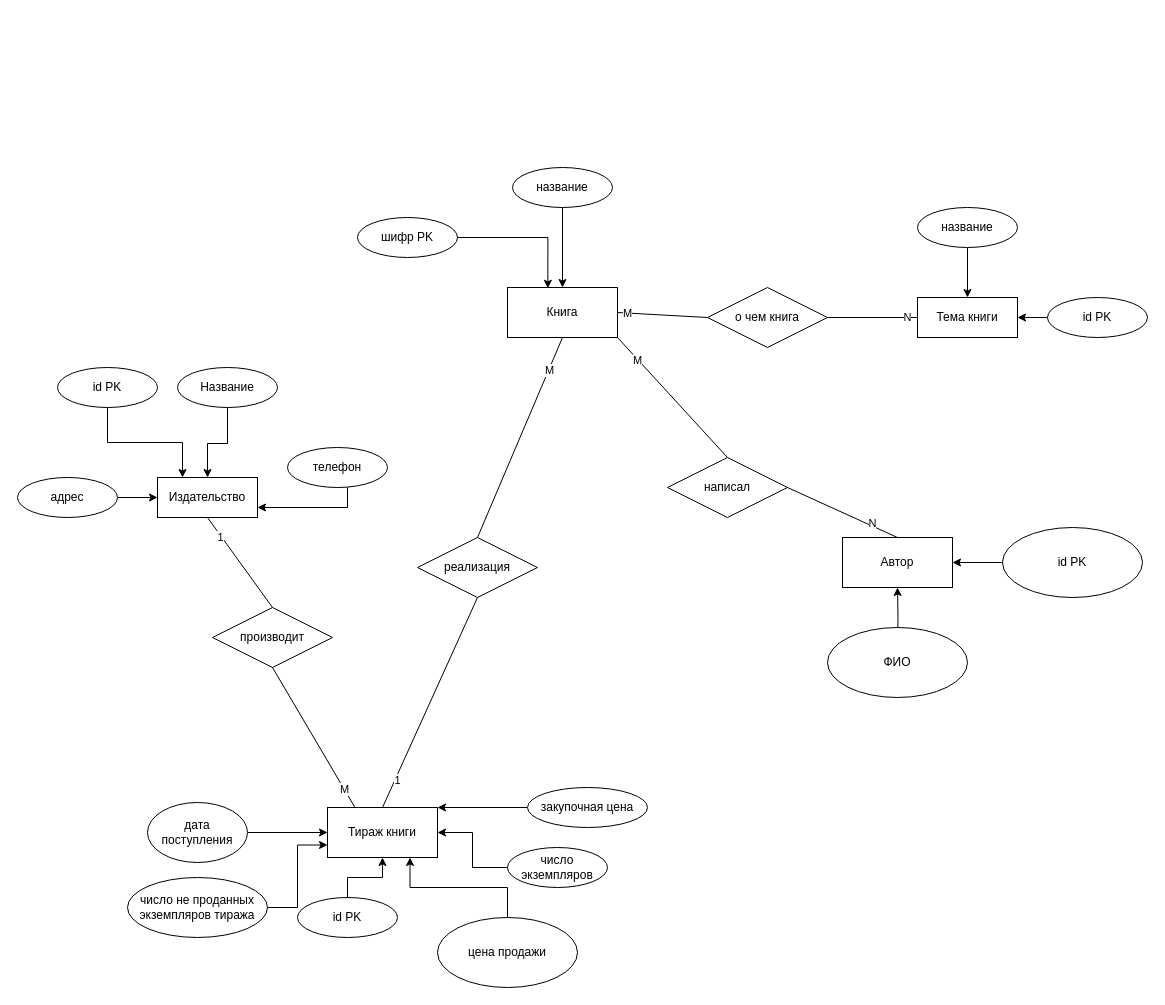
202rna/sql_labs2025 keeps this draw.io diagram as sources/er_diagram.drawio. Above is the earlier version. Source tidied: cells renumbered, new cells numbered last; positions are measured from the earlier drawing's top-left corner, leaving out a move shared by most shapes. Both pictures are drawn from the tidied source at 100%, with x=0, y=0 at pixel (17, 167).
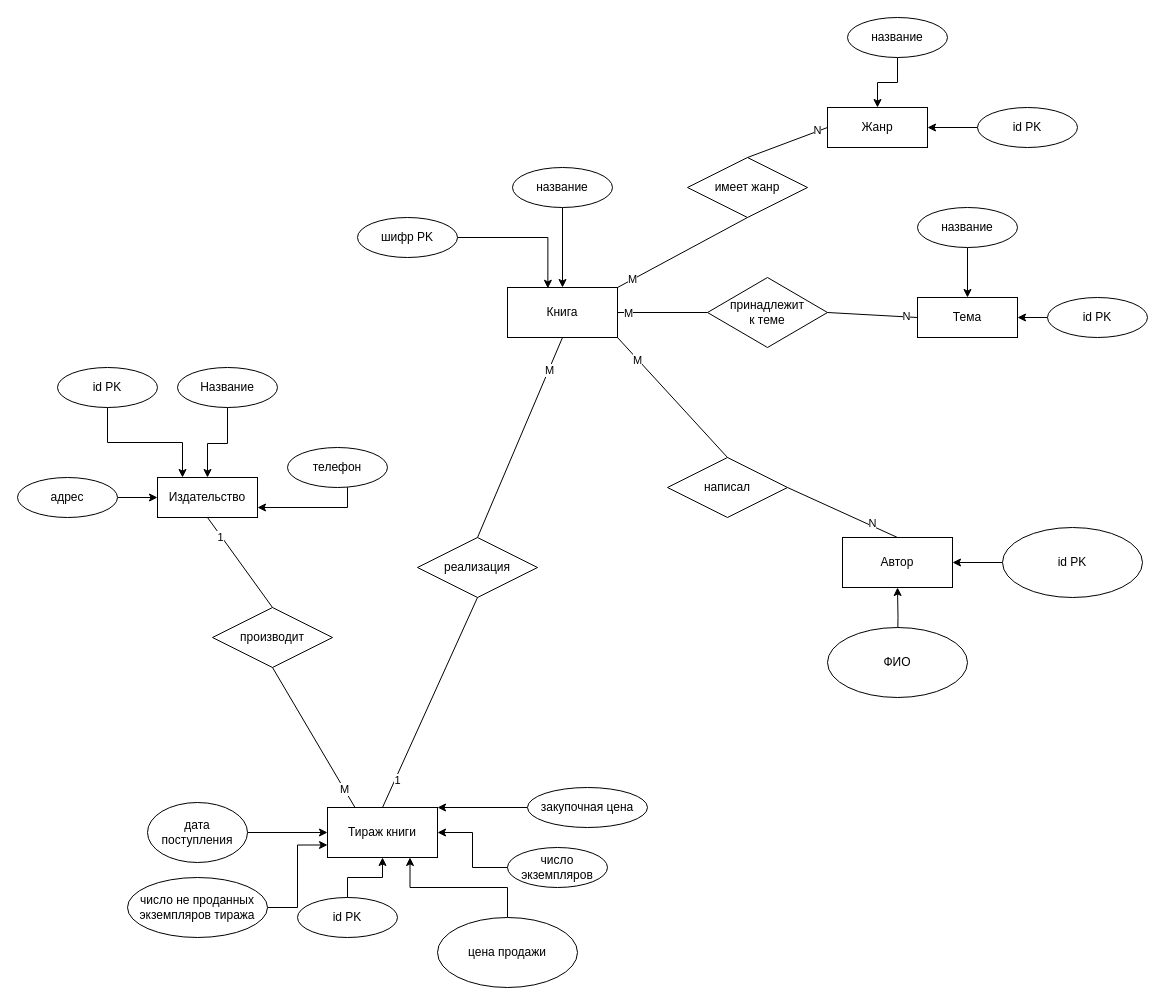
The same diagram, later.

The change refers to these unchanged cells:
```xml
<mxCell id="2" value="Книга" style="html=1;whiteSpace=wrap;" parent="1" vertex="1">
  <mxGeometry x="490" y="120" width="110" height="50" as="geometry" />
</mxCell>
```

Diff of the diagram source:
```diff
@@
-    <mxCell id="21" value="Тема книги" style="whiteSpace=wrap;html=1;align=center;" parent="1" vertex="1">
+    <mxCell id="21" value="Тема" style="whiteSpace=wrap;html=1;align=center;" parent="1" vertex="1">
       <mxGeometry x="900" y="130" width="100" height="40" as="geometry" />
     </mxCell>
-    <mxCell id="22" value="о чем книга" style="shape=rhombus;perimeter=rhombusPerimeter;whiteSpace=wrap;html=1;align=center;" parent="1" vertex="1">
-      <mxGeometry x="690" y="120" width="120" height="60" as="geometry" />
+    <mxCell id="22" value="принадлежит&lt;div&gt;к теме&lt;/div&gt;" style="shape=rhombus;perimeter=rhombusPerimeter;whiteSpace=wrap;html=1;align=center;" parent="1" vertex="1">
+      <mxGeometry x="690" y="110" width="120" height="70" as="geometry" />
     </mxCell>
@@
+    <mxCell id="59" value="Жанр" style="whiteSpace=wrap;html=1;align=center;" parent="1" vertex="1">
+      <mxGeometry x="810" y="-60" width="100" height="40" as="geometry" />
+    </mxCell>
+    <mxCell id="60" value="имеет жанр" style="shape=rhombus;perimeter=rhombusPerimeter;whiteSpace=wrap;html=1;align=center;direction=north;" parent="1" vertex="1">
+      <mxGeometry x="670" y="-10" width="120" height="60" as="geometry" />
+    </mxCell>
+    <mxCell id="61" style="endArrow=none;html=1;rounded=0;exitX=1;exitY=0.5;exitDx=0;exitDy=0;entryX=0;entryY=0.5;entryDx=0;entryDy=0;" parent="1" edge="1" source="60" target="59">
+      <mxGeometry relative="1" as="geometry" />
+    </mxCell>
+    <mxCell id="62" value="N" style="edgeLabel;html=1;align=center;verticalAlign=middle;" parent="61" vertex="1">
+      <mxGeometry x="0.76" y="1" relative="1" as="geometry" />
+    </mxCell>
+    <mxCell id="63" style="edgeStyle=orthogonalEdgeStyle;rounded=0;jettySize=auto;html=1;entryX=0.5;entryY=0;entryDx=0;entryDy=0;" parent="1" edge="1" source="64" target="59">
+      <mxGeometry relative="1" as="geometry" />
+    </mxCell>
+    <mxCell id="64" value="название" style="ellipse;whiteSpace=wrap;html=1;align=center;" parent="1" vertex="1">
+      <mxGeometry x="830" y="-150" width="100" height="40" as="geometry" />
+    </mxCell>
+    <mxCell id="65" style="edgeStyle=orthogonalEdgeStyle;rounded=0;jettySize=auto;html=1;entryX=1;entryY=0.5;entryDx=0;entryDy=0;" parent="1" edge="1" source="66" target="59">
+      <mxGeometry relative="1" as="geometry" />
+    </mxCell>
+    <mxCell id="66" value="id PK" style="ellipse;whiteSpace=wrap;html=1;align=center;" parent="1" vertex="1">
+      <mxGeometry x="960" y="-60" width="100" height="40" as="geometry" />
+    </mxCell>
+    <mxCell id="67" style="endArrow=none;html=1;rounded=0;exitX=1;exitY=0;exitDx=0;exitDy=0;entryX=0;entryY=0.5;entryDx=0;entryDy=0;" parent="1" edge="1" source="2" target="60">
+      <mxGeometry relative="1" as="geometry" />
+    </mxCell>
+    <mxCell id="68" value="M" style="edgeLabel;html=1;align=center;verticalAlign=middle;" parent="67" vertex="1">
+      <mxGeometry x="-0.77" relative="1" as="geometry" />
+    </mxCell>
```
